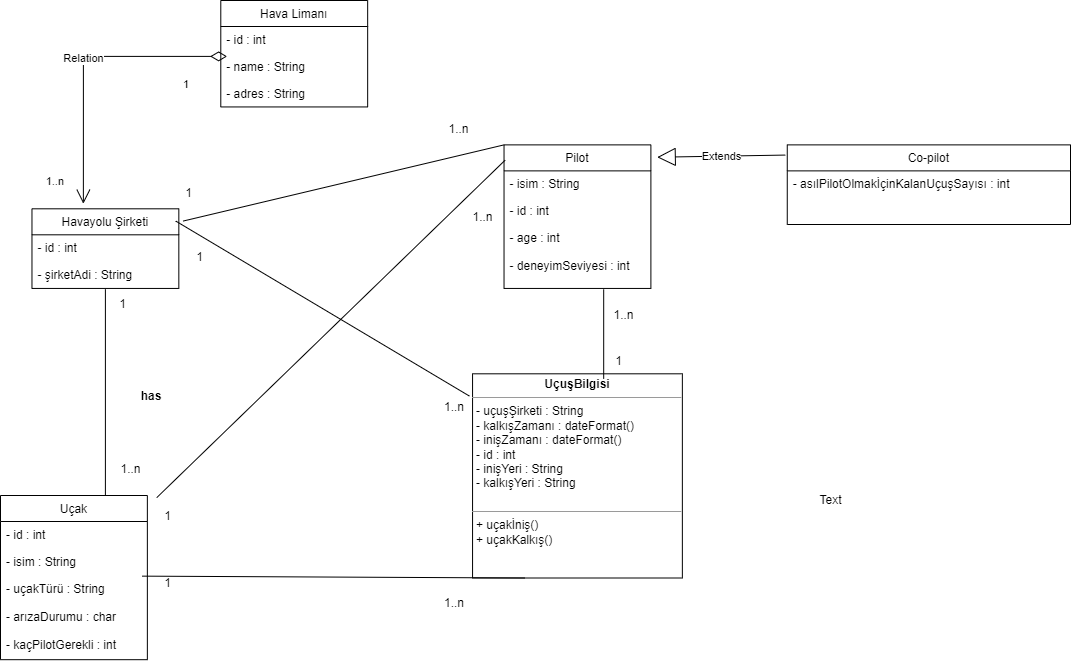
Above: UcusYonetimSistemiDiagram.drawio.png in recepozdes/UcusYonetimSistemi (draw.io), before the change. Source tidied: cells renumbered, new cells last; positions are measured from the earlier drawing's top-left corner, leaving out a move shared by most shapes.
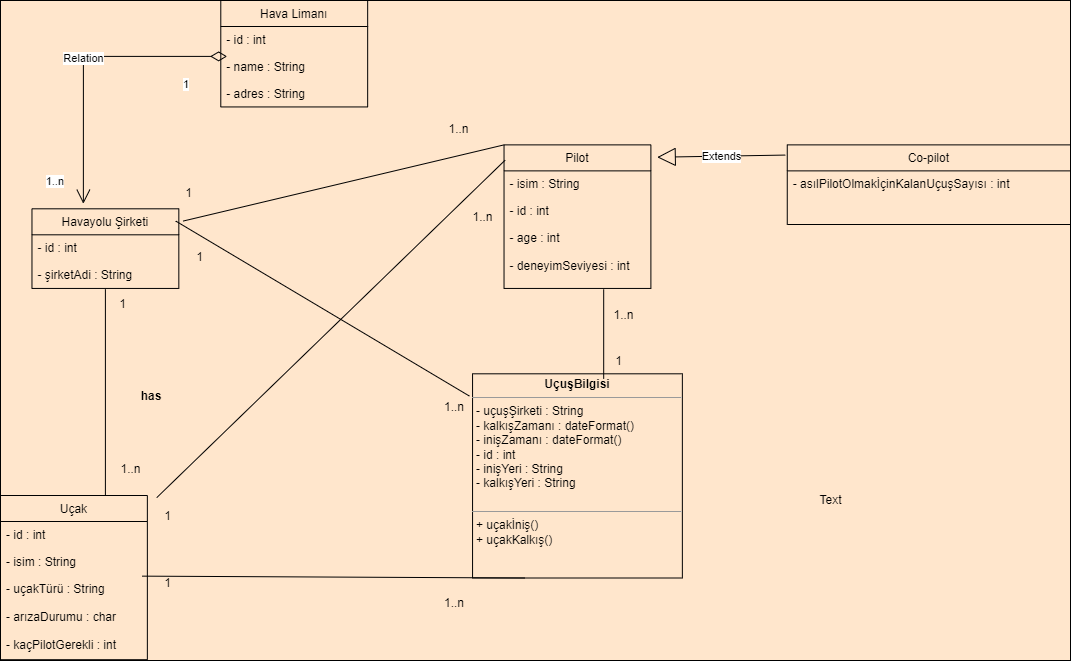
After the change.

Change to the diagram source:
```diff
@@ -2,7 +2,7 @@
   <root>
     <mxCell id="0" />
     <mxCell id="1" parent="0" />
-    <mxCell id="2" style="group;shadow=0;fillColor=#FFFFFF;" parent="1" vertex="1">
+    <mxCell id="2" style="group;shadow=0;fillColor=#ffe6cc;strokeColor=#000000;gradientColor=none;gradientDirection=north;rounded=0;glass=0;sketch=0;noLabel=1;" parent="1" vertex="1">
       <mxGeometry width="1070" height="660" as="geometry" />
     </mxCell>
     <mxCell id="3" value="Hava Limanı" style="swimlane;fontStyle=0;horizontal=1;startSize=26;fillColor=none;shadow=0;" parent="2" vertex="1">
@@ -63,7 +63,7 @@
     <mxCell id="20" value="1..n" style="text;html=1;strokeColor=none;fillColor=none;align=center;verticalAlign=middle;whiteSpace=wrap;rounded=0;shadow=0;" parent="2" vertex="1">
       <mxGeometry x="115.4" y="453.8" width="31.5" height="30.9" as="geometry" />
     </mxCell>
-    <mxCell id="21" value="&lt;p style=&quot;margin:0px;margin-top:4px;text-align:center;&quot;&gt;&lt;b&gt;UçuşBilgisi&lt;/b&gt;&lt;/p&gt;&lt;hr size=&quot;1&quot;&gt;&lt;p style=&quot;margin:0px;margin-left:4px;&quot;&gt;- uçuşŞirketi : String&lt;/p&gt;&lt;p style=&quot;margin:0px;margin-left:4px;&quot;&gt;- kalkışZamanı : dateFormat()&lt;/p&gt;&lt;p style=&quot;margin:0px;margin-left:4px;&quot;&gt;- inişZamanı : dateFormat()&lt;/p&gt;&lt;p style=&quot;margin:0px;margin-left:4px;&quot;&gt;- id : int&lt;/p&gt;&lt;p style=&quot;margin:0px;margin-left:4px;&quot;&gt;- inişYeri : String&lt;/p&gt;&lt;p style=&quot;margin:0px;margin-left:4px;&quot;&gt;- kalkışYeri : String&lt;/p&gt;&lt;p style=&quot;margin:0px;margin-left:4px;&quot;&gt;&lt;br&gt;&lt;/p&gt;&lt;hr size=&quot;1&quot;&gt;&lt;p style=&quot;margin:0px;margin-left:4px;&quot;&gt;+ uçakİniş()&lt;/p&gt;&lt;p style=&quot;margin:0px;margin-left:4px;&quot;&gt;+ uçakKalkış()&lt;/p&gt;" style="verticalAlign=top;align=left;overflow=fill;fontSize=12;fontFamily=Helvetica;html=1;shadow=0;" parent="2" vertex="1">
+    <mxCell id="21" value="&lt;p style=&quot;margin:0px;margin-top:4px;text-align:center;&quot;&gt;&lt;b&gt;UçuşBilgisi&lt;/b&gt;&lt;/p&gt;&lt;hr size=&quot;1&quot;&gt;&lt;p style=&quot;margin:0px;margin-left:4px;&quot;&gt;- uçuşŞirketi : String&lt;/p&gt;&lt;p style=&quot;margin:0px;margin-left:4px;&quot;&gt;- kalkışZamanı : dateFormat()&lt;/p&gt;&lt;p style=&quot;margin:0px;margin-left:4px;&quot;&gt;- inişZamanı : dateFormat()&lt;/p&gt;&lt;p style=&quot;margin:0px;margin-left:4px;&quot;&gt;- id : int&lt;/p&gt;&lt;p style=&quot;margin:0px;margin-left:4px;&quot;&gt;- inişYeri : String&lt;/p&gt;&lt;p style=&quot;margin:0px;margin-left:4px;&quot;&gt;- kalkışYeri : String&lt;/p&gt;&lt;p style=&quot;margin:0px;margin-left:4px;&quot;&gt;&lt;br&gt;&lt;/p&gt;&lt;hr size=&quot;1&quot;&gt;&lt;p style=&quot;margin:0px;margin-left:4px;&quot;&gt;+ uçakİniş()&lt;/p&gt;&lt;p style=&quot;margin:0px;margin-left:4px;&quot;&gt;+ uçakKalkış()&lt;/p&gt;" style="verticalAlign=top;align=left;overflow=fill;fontSize=12;fontFamily=Helvetica;html=1;shadow=0;fillColor=#ffe6cc;strokeColor=#000000;" parent="2" vertex="1">
       <mxGeometry x="472.1" y="373.3" width="209.8" height="204.2" as="geometry" />
     </mxCell>
     <mxCell id="22" style="endArrow=none;html=1;rounded=0;exitX=0.964;exitY=0.012;exitDx=0;exitDy=0;exitPerimeter=0;entryX=0.25;entryY=1;entryDx=0;entryDy=0;shadow=0;" parent="2" edge="1" source="16" target="21">
```
